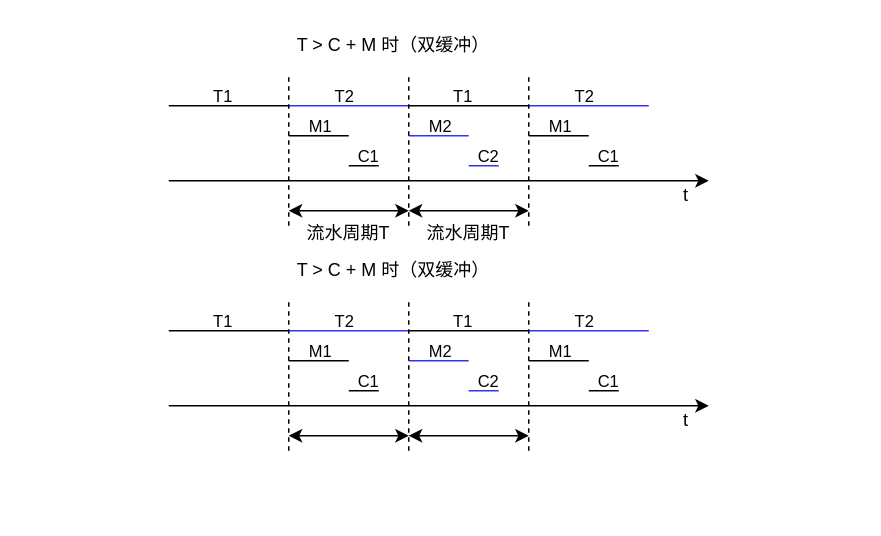
Before: 绘图/双缓冲区.drawio in galaxynn/PostgraduateEntranceExams, a draw.io diagram. Source tidied: cells renumbered, new cells numbered last; positions are measured from the earlier drawing's top-left corner, leaving out a move shared by most shapes. Both pictures are drawn from the tidied source at 150%, with x=0, y=0 at pixel (168, 30).
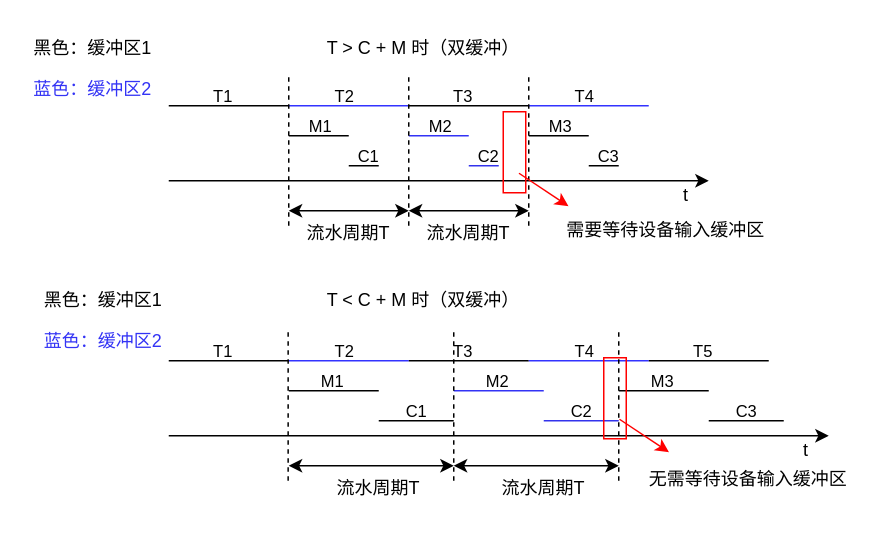
Above is the later version.

The change refers to these unchanged cells:
```xml
<mxCell id="16" style="endArrow=none;html=1;rounded=0;" parent="1" edge="1">
  <mxGeometry relative="1" as="geometry">
    <mxPoint x="160" y="50" as="sourcePoint" />
    <mxPoint x="240" y="50" as="targetPoint" />
  </mxGeometry>
</mxCell>
<mxCell id="18" style="endArrow=none;html=1;rounded=0;" parent="1" edge="1">
  <mxGeometry relative="1" as="geometry">
    <mxPoint x="240" y="70" as="sourcePoint" />
    <mxPoint x="280" y="70" as="targetPoint" />
  </mxGeometry>
</mxCell>
<mxCell id="20" style="endArrow=none;html=1;rounded=0;" parent="1" edge="1">
  <mxGeometry relative="1" as="geometry">
    <mxPoint x="280" y="90" as="sourcePoint" />
    <mxPoint x="300" y="90" as="targetPoint" />
  </mxGeometry>
</mxCell>
<mxCell id="22" style="endArrow=none;html=1;rounded=0;strokeColor=#3333FF;" parent="1" edge="1">
  <mxGeometry relative="1" as="geometry">
    <mxPoint x="240" y="50" as="sourcePoint" />
    <mxPoint x="320" y="50" as="targetPoint" />
  </mxGeometry>
</mxCell>
```

Change to the diagram source:
```diff
@@
     <mxCell id="2" value="T &amp;gt; C + M 时（双缓冲）" style="text;html=1;align=center;verticalAlign=middle;whiteSpace=wrap;rounded=0;" parent="1" vertex="1">
-      <mxGeometry x="80" width="140" height="20" as="geometry" />
+      <mxGeometry x="100" y="2" width="140" height="20" as="geometry" />
     </mxCell>
@@
-    <mxCell id="17" value="T1" style="edgeLabel;html=1;align=center;verticalAlign=middle;labelBackgroundColor=none;" parent="16" vertex="1">
+    <mxCell id="17" value="T3" style="edgeLabel;html=1;align=center;verticalAlign=middle;labelBackgroundColor=none;" parent="16" vertex="1">
       <mxGeometry x="-0.19" relative="1" as="geometry">
         <mxPoint x="3" y="-7" as="offset" />
       </mxGeometry>
     </mxCell>
@@
-    <mxCell id="19" value="M1" style="edgeLabel;html=1;align=center;verticalAlign=middle;labelBackgroundColor=none;" parent="18" vertex="1">
+    <mxCell id="19" value="M3" style="edgeLabel;html=1;align=center;verticalAlign=middle;labelBackgroundColor=none;" parent="18" vertex="1">
       <mxGeometry x="-0.19" relative="1" as="geometry">
         <mxPoint x="4" y="-7" as="offset" />
       </mxGeometry>
     </mxCell>
@@
-    <mxCell id="21" value="C1" style="edgeLabel;html=1;align=center;verticalAlign=middle;labelBackgroundColor=none;" parent="20" vertex="1">
+    <mxCell id="21" value="C3" style="edgeLabel;html=1;align=center;verticalAlign=middle;labelBackgroundColor=none;" parent="20" vertex="1">
       <mxGeometry x="-0.19" relative="1" as="geometry">
         <mxPoint x="4" y="-7" as="offset" />
       </mxGeometry>
     </mxCell>
@@
-    <mxCell id="23" value="T2" style="edgeLabel;html=1;align=center;verticalAlign=middle;labelBackgroundColor=none;" parent="22" vertex="1">
+    <mxCell id="23" value="T4" style="edgeLabel;html=1;align=center;verticalAlign=middle;labelBackgroundColor=none;" parent="22" vertex="1">
       <mxGeometry x="-0.19" relative="1" as="geometry">
         <mxPoint x="4" y="-7" as="offset" />
       </mxGeometry>
     </mxCell>
@@
-    <mxCell id="32" value="T &amp;gt; C + M 时（双缓冲）" style="text;html=1;align=center;verticalAlign=middle;whiteSpace=wrap;rounded=0;" parent="1" vertex="1">
-      <mxGeometry x="80" y="150" width="140" height="20" as="geometry" />
+    <mxCell id="32" value="T &amp;lt; C + M 时（双缓冲）" style="text;html=1;align=center;verticalAlign=middle;whiteSpace=wrap;rounded=0;" parent="1" vertex="1">
+      <mxGeometry x="100" y="170" width="140" height="20" as="geometry" />
     </mxCell>
     <mxCell id="33" style="endArrow=classic;html=1;rounded=0;" parent="1" edge="1">
       <mxGeometry relative="1" as="geometry">
-        <mxPoint y="250" as="sourcePoint" />
-        <mxPoint x="360" y="250" as="targetPoint" />
+        <mxPoint y="270" as="sourcePoint" />
+        <mxPoint x="440" y="270" as="targetPoint" />
       </mxGeometry>
     </mxCell>
     <mxCell id="34" style="endArrow=none;html=1;rounded=0;" parent="1" edge="1">
       <mxGeometry relative="1" as="geometry">
-        <mxPoint y="200" as="sourcePoint" />
-        <mxPoint x="80" y="200" as="targetPoint" />
+        <mxPoint y="220" as="sourcePoint" />
+        <mxPoint x="80" y="220" as="targetPoint" />
       </mxGeometry>
     </mxCell>
@@
     <mxCell id="36" style="endArrow=none;html=1;rounded=0;strokeColor=#3333FF;" parent="1" edge="1">
       <mxGeometry relative="1" as="geometry">
-        <mxPoint x="80" y="200" as="sourcePoint" />
-        <mxPoint x="160" y="200" as="targetPoint" />
+        <mxPoint x="80" y="220" as="sourcePoint" />
+        <mxPoint x="160" y="220" as="targetPoint" />
       </mxGeometry>
     </mxCell>
@@
     <mxCell id="38" style="endArrow=none;html=1;rounded=0;" parent="1" edge="1">
       <mxGeometry relative="1" as="geometry">
-        <mxPoint x="80" y="220" as="sourcePoint" />
-        <mxPoint x="120" y="220" as="targetPoint" />
+        <mxPoint x="80" y="240" as="sourcePoint" />
+        <mxPoint x="140" y="240" as="targetPoint" />
       </mxGeometry>
     </mxCell>
@@
     <mxCell id="40" style="endArrow=none;html=1;rounded=0;" parent="1" edge="1">
       <mxGeometry relative="1" as="geometry">
-        <mxPoint x="120" y="240" as="sourcePoint" />
-        <mxPoint x="140" y="240" as="targetPoint" />
+        <mxPoint x="140" y="260" as="sourcePoint" />
+        <mxPoint x="190" y="260" as="targetPoint" />
       </mxGeometry>
     </mxCell>
@@
     <mxCell id="42" style="endArrow=none;html=1;rounded=0;strokeColor=light-dark(#3333f5, #ededed);" parent="1" edge="1">
       <mxGeometry relative="1" as="geometry">
-        <mxPoint x="160" y="220" as="sourcePoint" />
-        <mxPoint x="200" y="220" as="targetPoint" />
+        <mxPoint x="190" y="240" as="sourcePoint" />
+        <mxPoint x="250" y="240" as="targetPoint" />
       </mxGeometry>
     </mxCell>
@@
     <mxCell id="44" style="endArrow=none;html=1;rounded=0;strokeColor=light-dark(#3333ec, #ededed);" parent="1" edge="1">
       <mxGeometry relative="1" as="geometry">
-        <mxPoint x="200" y="240" as="sourcePoint" />
-        <mxPoint x="220" y="240" as="targetPoint" />
+        <mxPoint x="250" y="260" as="sourcePoint" />
+        <mxPoint x="300" y="260" as="targetPoint" />
       </mxGeometry>
     </mxCell>
@@
-    <mxCell id="46" style="endArrow=none;html=1;rounded=0;" parent="1" edge="1">
-      <mxGeometry relative="1" as="geometry">
-        <mxPoint x="160" y="200" as="sourcePoint" />
-        <mxPoint x="240" y="200" as="targetPoint" />
-      </mxGeometry>
-    </mxCell>
-    <mxCell id="47" value="T1" style="edgeLabel;html=1;align=center;verticalAlign=middle;labelBackgroundColor=none;" parent="46" vertex="1">
-      <mxGeometry x="-0.19" relative="1" as="geometry">
-        <mxPoint x="3" y="-7" as="offset" />
-      </mxGeometry>
-    </mxCell>
-    <mxCell id="48" style="endArrow=none;html=1;rounded=0;" parent="1" edge="1">
-      <mxGeometry relative="1" as="geometry">
-        <mxPoint x="240" y="220" as="sourcePoint" />
-        <mxPoint x="280" y="220" as="targetPoint" />
-      </mxGeometry>
-    </mxCell>
-    <mxCell id="49" value="M1" style="edgeLabel;html=1;align=center;verticalAlign=middle;labelBackgroundColor=none;" parent="48" vertex="1">
-      <mxGeometry x="-0.19" relative="1" as="geometry">
-        <mxPoint x="4" y="-7" as="offset" />
-      </mxGeometry>
-    </mxCell>
-    <mxCell id="50" style="endArrow=none;html=1;rounded=0;" parent="1" edge="1">
-      <mxGeometry relative="1" as="geometry">
-        <mxPoint x="280" y="240" as="sourcePoint" />
-        <mxPoint x="300" y="240" as="targetPoint" />
-      </mxGeometry>
-    </mxCell>
-    <mxCell id="51" value="C1" style="edgeLabel;html=1;align=center;verticalAlign=middle;labelBackgroundColor=none;" parent="50" vertex="1">
-      <mxGeometry x="-0.19" relative="1" as="geometry">
-        <mxPoint x="4" y="-7" as="offset" />
-      </mxGeometry>
-    </mxCell>
-    <mxCell id="52" style="endArrow=none;html=1;rounded=0;strokeColor=#3333FF;" parent="1" edge="1">
-      <mxGeometry relative="1" as="geometry">
-        <mxPoint x="240" y="200" as="sourcePoint" />
-        <mxPoint x="320" y="200" as="targetPoint" />
-      </mxGeometry>
-    </mxCell>
-    <mxCell id="53" value="T2" style="edgeLabel;html=1;align=center;verticalAlign=middle;labelBackgroundColor=none;" parent="52" vertex="1">
-      <mxGeometry x="-0.19" relative="1" as="geometry">
-        <mxPoint x="4" y="-7" as="offset" />
-      </mxGeometry>
-    </mxCell>
     <mxCell id="54" value="t" style="text;html=1;align=center;verticalAlign=middle;whiteSpace=wrap;rounded=0;" parent="1" vertex="1">
-      <mxGeometry x="330" y="250" width="30" height="20" as="geometry" />
+      <mxGeometry x="410" y="270" width="30" height="20" as="geometry" />
     </mxCell>
-    <mxCell id="55" style="endArrow=classic;startArrow=classic;html=1;rounded=0;" parent="1" edge="1">
-      <mxGeometry relative="1" as="geometry">
-        <mxPoint x="80" y="270" as="sourcePoint" />
-        <mxPoint x="160" y="270" as="targetPoint" />
-      </mxGeometry>
-    </mxCell>
-    <mxCell id="56" style="endArrow=classic;startArrow=classic;html=1;rounded=0;" parent="1" edge="1">
-      <mxGeometry relative="1" as="geometry">
-        <mxPoint x="160" y="270" as="sourcePoint" />
-        <mxPoint x="240" y="270" as="targetPoint" />
-      </mxGeometry>
-    </mxCell>
-    <mxCell id="57" style="endArrow=none;dashed=1;html=1;rounded=0;" parent="1" edge="1">
-      <mxGeometry relative="1" as="geometry">
-        <mxPoint x="80" y="280" as="sourcePoint" />
-        <mxPoint x="80" y="180" as="targetPoint" />
-      </mxGeometry>
-    </mxCell>
-    <mxCell id="58" style="endArrow=none;dashed=1;html=1;rounded=0;" parent="1" edge="1">
-      <mxGeometry relative="1" as="geometry">
-        <mxPoint x="160" y="280" as="sourcePoint" />
-        <mxPoint x="160" y="180" as="targetPoint" />
-      </mxGeometry>
-    </mxCell>
-    <mxCell id="59" style="endArrow=none;dashed=1;html=1;rounded=0;" parent="1" edge="1">
-      <mxGeometry relative="1" as="geometry">
-        <mxPoint x="240" y="280" as="sourcePoint" />
-        <mxPoint x="240" y="180" as="targetPoint" />
-      </mxGeometry>
-    </mxCell>
+    <mxCell id="60" style="endArrow=none;html=1;rounded=0;" parent="1" edge="1">
+      <mxGeometry relative="1" as="geometry">
+        <mxPoint x="160" y="220" as="sourcePoint" />
+        <mxPoint x="240" y="220" as="targetPoint" />
+      </mxGeometry>
+    </mxCell>
+    <mxCell id="61" value="T3" style="edgeLabel;html=1;align=center;verticalAlign=middle;labelBackgroundColor=none;" parent="60" vertex="1">
+      <mxGeometry x="-0.19" relative="1" as="geometry">
+        <mxPoint x="3" y="-7" as="offset" />
+      </mxGeometry>
+    </mxCell>
+    <mxCell id="62" style="endArrow=none;html=1;rounded=0;strokeColor=#3333FF;" parent="1" edge="1">
+      <mxGeometry relative="1" as="geometry">
+        <mxPoint x="240" y="220" as="sourcePoint" />
+        <mxPoint x="320" y="220" as="targetPoint" />
+      </mxGeometry>
+    </mxCell>
+    <mxCell id="63" value="T4" style="edgeLabel;html=1;align=center;verticalAlign=middle;labelBackgroundColor=none;" parent="62" vertex="1">
+      <mxGeometry x="-0.19" relative="1" as="geometry">
+        <mxPoint x="4" y="-7" as="offset" />
+      </mxGeometry>
+    </mxCell>
+    <mxCell id="64" style="endArrow=none;html=1;rounded=0;" parent="1" edge="1">
+      <mxGeometry relative="1" as="geometry">
+        <mxPoint x="300" y="240" as="sourcePoint" />
+        <mxPoint x="360" y="240" as="targetPoint" />
+      </mxGeometry>
+    </mxCell>
+    <mxCell id="65" value="M3" style="edgeLabel;html=1;align=center;verticalAlign=middle;labelBackgroundColor=none;" parent="64" vertex="1">
+      <mxGeometry x="-0.19" relative="1" as="geometry">
+        <mxPoint x="4" y="-7" as="offset" />
+      </mxGeometry>
+    </mxCell>
+    <mxCell id="66" style="endArrow=none;html=1;rounded=0;" parent="1" edge="1">
+      <mxGeometry relative="1" as="geometry">
+        <mxPoint x="360" y="260" as="sourcePoint" />
+        <mxPoint x="410" y="260" as="targetPoint" />
+      </mxGeometry>
+    </mxCell>
+    <mxCell id="67" value="C3" style="edgeLabel;html=1;align=center;verticalAlign=middle;labelBackgroundColor=none;" parent="66" vertex="1">
+      <mxGeometry x="-0.19" relative="1" as="geometry">
+        <mxPoint x="4" y="-7" as="offset" />
+      </mxGeometry>
+    </mxCell>
+    <mxCell id="68" style="endArrow=none;html=1;rounded=0;" parent="1" edge="1">
+      <mxGeometry relative="1" as="geometry">
+        <mxPoint x="320" y="220" as="sourcePoint" />
+        <mxPoint x="400" y="220" as="targetPoint" />
+      </mxGeometry>
+    </mxCell>
+    <mxCell id="69" value="T5" style="edgeLabel;html=1;align=center;verticalAlign=middle;labelBackgroundColor=none;" parent="68" vertex="1">
+      <mxGeometry x="-0.19" relative="1" as="geometry">
+        <mxPoint x="3" y="-7" as="offset" />
+      </mxGeometry>
+    </mxCell>
+    <mxCell id="70" style="endArrow=none;dashed=1;html=1;rounded=0;" parent="1" edge="1">
+      <mxGeometry relative="1" as="geometry">
+        <mxPoint x="79.6" y="300" as="sourcePoint" />
+        <mxPoint x="79.6" y="200" as="targetPoint" />
+      </mxGeometry>
+    </mxCell>
+    <mxCell id="71" style="endArrow=none;dashed=1;html=1;rounded=0;" parent="1" edge="1">
+      <mxGeometry relative="1" as="geometry">
+        <mxPoint x="190" y="300" as="sourcePoint" />
+        <mxPoint x="190" y="200" as="targetPoint" />
+      </mxGeometry>
+    </mxCell>
+    <mxCell id="72" style="endArrow=none;dashed=1;html=1;rounded=0;" parent="1" edge="1">
+      <mxGeometry relative="1" as="geometry">
+        <mxPoint x="300" y="300" as="sourcePoint" />
+        <mxPoint x="300" y="200" as="targetPoint" />
+      </mxGeometry>
+    </mxCell>
+    <mxCell id="73" style="endArrow=classic;startArrow=classic;html=1;rounded=0;" parent="1" edge="1">
+      <mxGeometry relative="1" as="geometry">
+        <mxPoint x="80" y="290" as="sourcePoint" />
+        <mxPoint x="190" y="290" as="targetPoint" />
+      </mxGeometry>
+    </mxCell>
+    <mxCell id="74" style="endArrow=classic;startArrow=classic;html=1;rounded=0;" parent="1" edge="1">
+      <mxGeometry relative="1" as="geometry">
+        <mxPoint x="190" y="290" as="sourcePoint" />
+        <mxPoint x="300" y="290" as="targetPoint" />
+      </mxGeometry>
+    </mxCell>
+    <mxCell id="75" value="流水周期T" style="text;html=1;align=center;verticalAlign=middle;whiteSpace=wrap;rounded=0;" parent="1" vertex="1">
+      <mxGeometry x="110" y="290" width="60" height="30" as="geometry" />
+    </mxCell>
+    <mxCell id="76" value="流水周期T" style="text;html=1;align=center;verticalAlign=middle;whiteSpace=wrap;rounded=0;" parent="1" vertex="1">
+      <mxGeometry x="220" y="290" width="60" height="30" as="geometry" />
+    </mxCell>
+    <mxCell id="77" style="rounded=0;whiteSpace=wrap;html=1;fillColor=none;strokeColor=light-dark(#ff0000, #ededed);" parent="1" vertex="1">
+      <mxGeometry x="223" y="54" width="15" height="54" as="geometry" />
+    </mxCell>
+    <mxCell id="78" style="endArrow=classic;html=1;rounded=0;strokeColor=light-dark(#ff0000, #ededed);" parent="1" edge="1">
+      <mxGeometry relative="1" as="geometry">
+        <mxPoint x="233.5" y="95" as="sourcePoint" />
+        <mxPoint x="266.5" y="117" as="targetPoint" />
+      </mxGeometry>
+    </mxCell>
+    <mxCell id="79" value="需要等待设备输入缓冲区" style="text;html=1;align=center;verticalAlign=middle;whiteSpace=wrap;rounded=0;" parent="1" vertex="1">
+      <mxGeometry x="259" y="118" width="145" height="30" as="geometry" />
+    </mxCell>
+    <mxCell id="80" style="rounded=0;whiteSpace=wrap;html=1;fillColor=none;strokeColor=light-dark(#ff0000, #ededed);" parent="1" vertex="1">
+      <mxGeometry x="290" y="218" width="15" height="54" as="geometry" />
+    </mxCell>
+    <mxCell id="81" style="endArrow=classic;html=1;rounded=0;strokeColor=light-dark(#ff0000, #ededed);" parent="1" edge="1">
+      <mxGeometry relative="1" as="geometry">
+        <mxPoint x="300.5" y="259" as="sourcePoint" />
+        <mxPoint x="333.5" y="281" as="targetPoint" />
+      </mxGeometry>
+    </mxCell>
+    <mxCell id="82" value="无需等待设备输入缓冲区" style="text;html=1;align=center;verticalAlign=middle;whiteSpace=wrap;rounded=0;" parent="1" vertex="1">
+      <mxGeometry x="315" y="284" width="143" height="30" as="geometry" />
+    </mxCell>
+    <mxCell id="83" value="黑色：缓冲区1" style="text;html=1;align=center;verticalAlign=middle;whiteSpace=wrap;rounded=0;" parent="1" vertex="1">
+      <mxGeometry x="-95" y="-3" width="89" height="30" as="geometry" />
+    </mxCell>
+    <mxCell id="84" value="&lt;font style=&quot;color: rgb(51, 51, 245);&quot;&gt;蓝色：缓冲区2&lt;/font&gt;" style="text;html=1;align=center;verticalAlign=middle;whiteSpace=wrap;rounded=0;" parent="1" vertex="1">
+      <mxGeometry x="-95" y="24" width="89" height="30" as="geometry" />
+    </mxCell>
+    <mxCell id="85" value="黑色：缓冲区1" style="text;html=1;align=center;verticalAlign=middle;whiteSpace=wrap;rounded=0;" parent="1" vertex="1">
+      <mxGeometry x="-88" y="165" width="89" height="30" as="geometry" />
+    </mxCell>
+    <mxCell id="86" value="&lt;font style=&quot;color: rgb(51, 51, 245);&quot;&gt;蓝色：缓冲区2&lt;/font&gt;" style="text;html=1;align=center;verticalAlign=middle;whiteSpace=wrap;rounded=0;" parent="1" vertex="1">
+      <mxGeometry x="-88" y="192" width="89" height="30" as="geometry" />
+    </mxCell>
```
